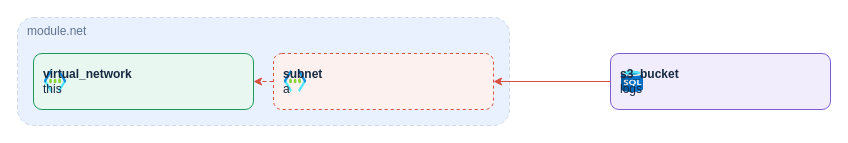
Earlier version of the draw.io diagram apps/backend/src/graph/goldens/plan-snapshot.drawio (AsteriusIT/groundplan). Source tidied: cells renumbered, new cells numbered last; positions are measured from the earlier drawing's top-left corner, leaving out a move shared by most shapes. Both pictures are drawn from the tidied source at 100%, with x=0, y=0 at pixel (17, 17).
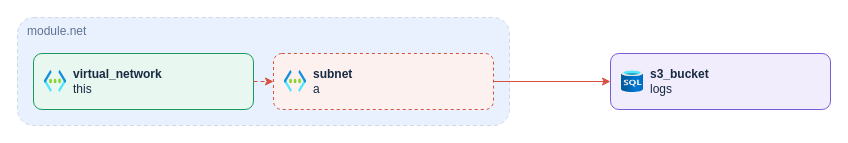
After the change.

Commit message (it also covers changes not shown here):
fix(backend): draw.io render polish — icon spacing, GP-31 arrows, ELK waypoints (GP-174, GP-175)

Diff of the diagram source:
```diff
@@
 <mxGraphModel>
   <root>
     <mxCell id="0" />
     <mxCell id="1" parent="0" />
     <mxCell id="2" value="module.net" style="rounded=1;html=1;verticalAlign=top;align=left;spacingLeft=8;fillColor=#eaf1fe;strokeColor=#cdd8e8;dashed=1;dashPattern=4 3;fontColor=#5d7391;" parent="1" vertex="1">
       <mxGeometry width="492" height="108" as="geometry" />
     </mxCell>
-    <mxCell id="3" value="&lt;b&gt;virtual_network&lt;/b&gt;&lt;br/&gt;this" style="shape=label;image=img/lib/azure2/networking/Virtual_Networks.svg;imageWidth=22;imageHeight=22;spacing=6;spacingLeft=4;rounded=1;whiteSpace=wrap;html=1;align=left;verticalAlign=middle;fillColor=#e8f7ef;strokeColor=#189a5c;fontColor=#182a42;" parent="2" vertex="1">
+    <mxCell id="3" value="&lt;b&gt;virtual_network&lt;/b&gt;&lt;br/&gt;this" style="shape=label;image=img/lib/azure2/networking/Virtual_Networks.svg;imageWidth=22;imageHeight=22;rounded=1;whiteSpace=wrap;html=1;align=left;verticalAlign=middle;spacingLeft=34;spacing=6;fillColor=#e8f7ef;strokeColor=#189a5c;fontColor=#182a42;" parent="2" vertex="1">
       <mxGeometry x="16" y="36" width="220" height="56" as="geometry" />
     </mxCell>
-    <mxCell id="4" value="&lt;b&gt;subnet&lt;/b&gt;&lt;br/&gt;a" style="shape=label;image=img/lib/azure2/networking/Virtual_Networks.svg;imageWidth=22;imageHeight=22;spacing=6;spacingLeft=4;rounded=1;whiteSpace=wrap;html=1;align=left;verticalAlign=middle;fillColor=#fdf1ef;strokeColor=#d8503f;fontColor=#182a42;dashed=1;" parent="2" vertex="1">
+    <mxCell id="4" value="&lt;b&gt;subnet&lt;/b&gt;&lt;br/&gt;a" style="shape=label;image=img/lib/azure2/networking/Virtual_Networks.svg;imageWidth=22;imageHeight=22;rounded=1;whiteSpace=wrap;html=1;align=left;verticalAlign=middle;spacingLeft=34;spacing=6;fillColor=#fdf1ef;strokeColor=#d8503f;fontColor=#182a42;dashed=1;" parent="2" vertex="1">
       <mxGeometry x="256" y="36" width="220" height="56" as="geometry" />
     </mxCell>
-    <mxCell id="5" value="&lt;b&gt;s3_bucket&lt;/b&gt;&lt;br/&gt;logs" style="shape=label;image=img/lib/azure2/databases/SQL_Database.svg;imageWidth=22;imageHeight=22;spacing=6;spacingLeft=4;rounded=1;whiteSpace=wrap;html=1;align=left;verticalAlign=middle;fillColor=#f1edfc;strokeColor=#7b5bd6;fontColor=#182a42;" parent="1" vertex="1">
+    <mxCell id="5" value="&lt;b&gt;s3_bucket&lt;/b&gt;&lt;br/&gt;logs" style="shape=label;image=img/lib/azure2/databases/SQL_Database.svg;imageWidth=22;imageHeight=22;rounded=1;whiteSpace=wrap;html=1;align=left;verticalAlign=middle;spacingLeft=34;spacing=6;fillColor=#f1edfc;strokeColor=#7b5bd6;fontColor=#182a42;" parent="1" vertex="1">
       <mxGeometry x="593" y="36" width="220" height="56" as="geometry" />
     </mxCell>
-    <mxCell id="6" style="edgeStyle=orthogonalEdgeStyle;rounded=1;html=1;strokeColor=#d8503f;fontColor=#5d7391;dashed=1;dashPattern=4 3;" parent="1" edge="1" source="4" target="3">
+    <mxCell id="6" style="rounded=1;html=1;strokeColor=#d8503f;fontColor=#5d7391;dashed=1;dashPattern=4 3;" parent="1" edge="1" source="3" target="4">
       <mxGeometry relative="1" as="geometry" />
     </mxCell>
-    <mxCell id="7" style="edgeStyle=orthogonalEdgeStyle;rounded=1;html=1;strokeColor=#d8503f;fontColor=#5d7391;" parent="1" edge="1" source="5" target="4">
+    <mxCell id="7" style="rounded=1;html=1;strokeColor=#d8503f;fontColor=#5d7391;" parent="1" edge="1" source="4" target="5">
       <mxGeometry relative="1" as="geometry" />
     </mxCell>
   </root>
 </mxGraphModel>
```
